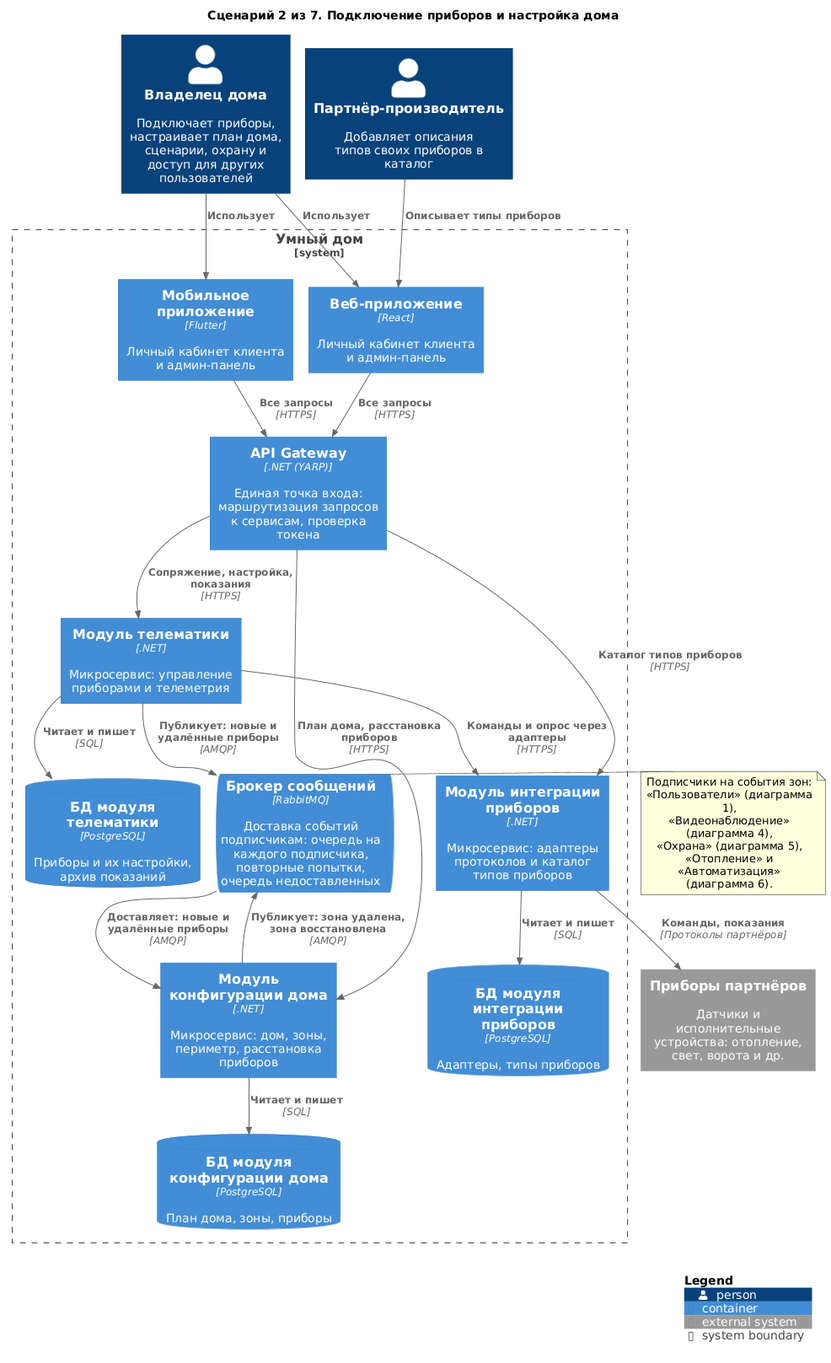
Above: diagrams/containers-scenarios/02-pairing-and-house-setup.png in Lyamin-av/architecture-warmhouse (PlantUML), before the change.
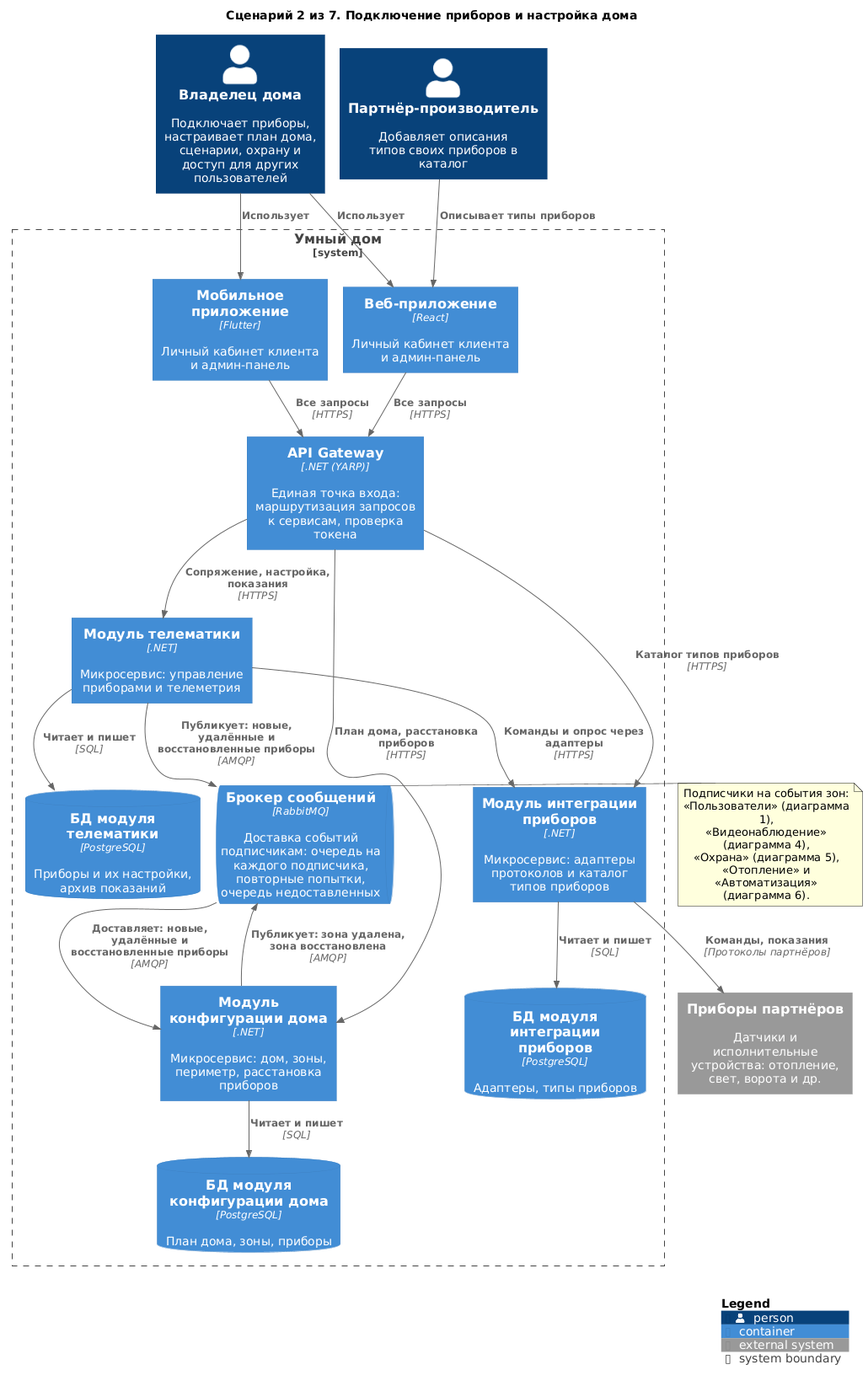
After the commit.

What changed in the source:
```diff
@@ -31,8 +31,8 @@
 Rel(Gateway, DeviceIntegration, "Каталог типов приборов", "HTTPS")
 Rel(Telematics, DeviceIntegration, "Команды и опрос через адаптеры", "HTTPS")
 Rel(DeviceIntegration, devices, "Команды, показания", "Протоколы партнёров")
-Rel(Telematics, Broker, "Публикует: новые и удалённые приборы", "AMQP")
-Rel(Broker, HouseConfigurator, "Доставляет: новые и удалённые приборы", "AMQP")
+Rel(Telematics, Broker, "Публикует: новые, удалённые и восстановленные приборы", "AMQP")
+Rel(Broker, HouseConfigurator, "Доставляет: новые, удалённые и восстановленные приборы", "AMQP")
 
 Rel(Telematics, dbTelematics, "Читает и пишет", "SQL")
 Rel(DeviceIntegration, dbDIS, "Читает и пишет", "SQL")
```
